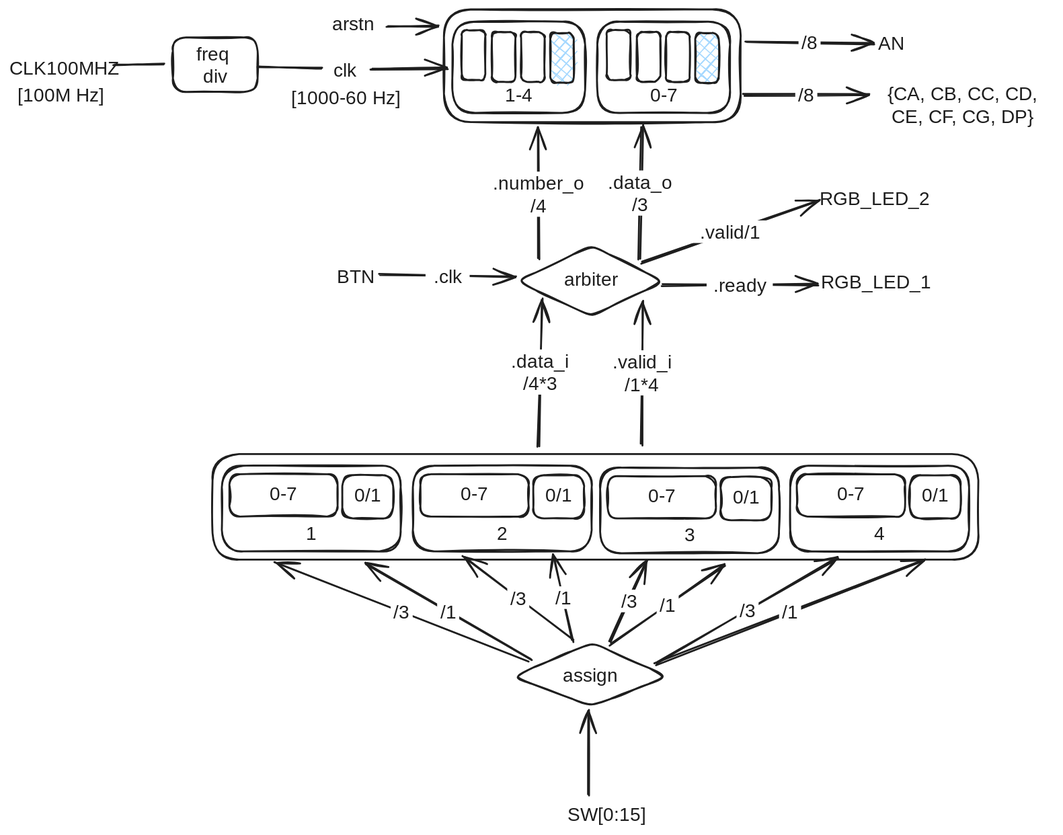
This is lab-3/res/lab-3-digital-design.excalidraw.svg from e1turin/itmo-digital-design, a Excalidraw export, as it was before one commit. Source tidied: one line per element, renumbered; positions are measured from the earlier drawing's top-left corner, leaving out a move shared by most shapes.
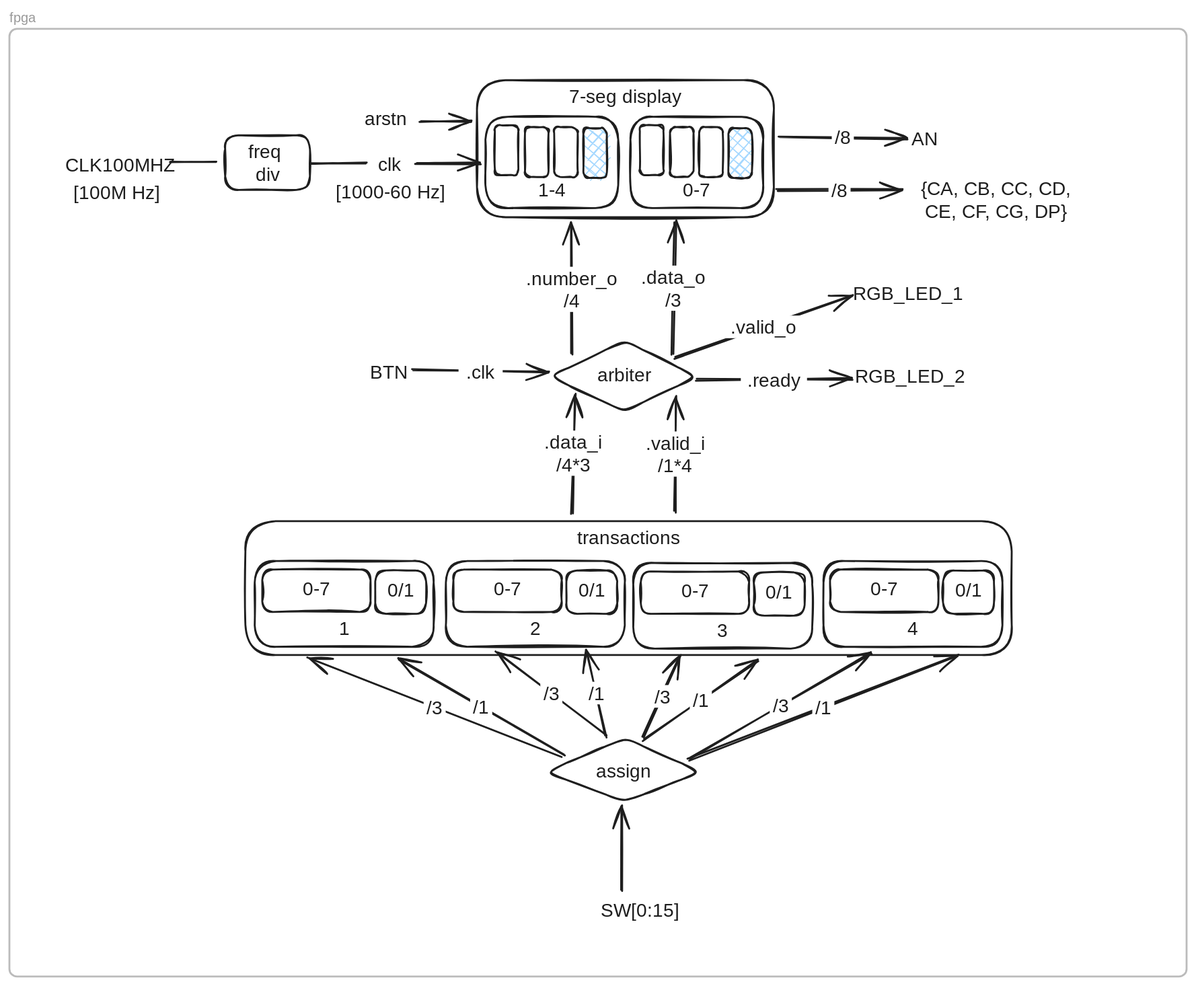
After the change.

Change to the diagram source:
```diff
@@ -1,4 +1,5 @@
-{"id": 0, "type": "rectangle", "strokeColor": "#1e1e1e", "strokeWidth": 2, "roughness": 1, "round": true, "x": 462, "y": 0, "width": 315, "height": 120}
+{"id": 0, "type": "rectangle", "strokeColor": "#1e1e1e", "strokeWidth": 2, "roughness": 1, "round": true, "x": 462, "y": -26, "width": 315, "height": 146}
+{"id": 94, "type": "text", "text": "7-seg display", "strokeColor": "#1e1e1e", "strokeWidth": 2, "roughness": 1, "fontSize": 20, "fontFamily": 3, "textAlign": "center", "inside": 0, "x": 543, "y": -21, "width": 152, "height": 24}
 {"id": 1, "type": "rectangle", "strokeColor": "#1e1e1e", "strokeWidth": 2, "roughness": 1, "round": true, "x": 226, "y": 485, "width": 190, "height": 91}
 {"id": 2, "type": "text", "text": "1", "strokeColor": "#1e1e1e", "strokeWidth": 2, "roughness": 1, "fontSize": 20, "fontFamily": 1, "textAlign": "center", "verticalAlign": "bottom", "inside": 1, "x": 318, "y": 546, "width": 5, "height": 25}
 {"id": 3, "type": "rectangle", "strokeColor": "#1e1e1e", "strokeWidth": 2, "roughness": 1, "round": true, "x": 234, "y": 494, "width": 115, "height": 45}
@@ -41,19 +42,19 @@
 {"id": 40, "type": "rectangle", "strokeColor": "#1e1e1e", "strokeWidth": 2, "roughness": 1, "round": true, "x": 698, "y": 24, "width": 25, "height": 53}
 {"id": 41, "type": "rectangle", "strokeColor": "#1e1e1e", "strokeWidth": 2, "roughness": 1, "round": true, "x": 667, "y": 24, "width": 25, "height": 53}
 {"id": 42, "type": "rectangle", "strokeColor": "#1e1e1e", "strokeWidth": 2, "roughness": 1, "round": true, "x": 635, "y": 22, "width": 25, "height": 53}
-{"id": 43, "type": "arrow", "strokeColor": "#1e1e1e", "strokeWidth": 2, "roughness": 1, "round": true, "from": 48, "to": 45, "x": 111, "y": 59, "width": 53, "height": 0, "points": [[0, 0], [53, 0]]}
+{"id": 43, "type": "arrow", "strokeColor": "#1e1e1e", "strokeWidth": 2, "roughness": 1, "round": true, "from": 48, "to": 45, "x": 136, "y": 61, "width": 49, "height": 0, "points": [[0, 0], [49, 0]]}
-{"id": 44, "type": "arrow", "strokeColor": "#1e1e1e", "strokeWidth": 2, "roughness": 1, "endArrowhead": "arrow", "round": true, "from": 50, "x": 384, "y": 64, "width": 82, "height": 1, "points": [[0, 0], [82, -1]]}
+{"id": 44, "type": "arrow", "strokeColor": "#1e1e1e", "strokeWidth": 2, "roughness": 1, "endArrowhead": "arrow", "round": true, "from": 50, "x": 396, "y": 63, "width": 69, "height": 0, "points": [[0, 0], [69, 0]]}
-{"id": 45, "type": "rectangle", "strokeColor": "#1e1e1e", "strokeWidth": 2, "roughness": 1, "round": true, "x": 174, "y": 30, "width": 90, "height": 58}
+{"id": 45, "type": "rectangle", "strokeColor": "#1e1e1e", "strokeWidth": 2, "roughness": 1, "round": true, "x": 194, "y": 33, "width": 90, "height": 58}
-{"id": 46, "type": "text", "text": "freq \ndiv", "strokeColor": "#1e1e1e", "strokeWidth": 2, "roughness": 1, "fontSize": 20, "fontFamily": 3, "textAlign": "center", "verticalAlign": "middle", "inside": 45, "x": 189, "y": 35, "width": 59, "height": 48}
+{"id": 46, "type": "text", "text": "freq \ndiv", "strokeColor": "#1e1e1e", "strokeWidth": 2, "roughness": 1, "fontSize": 20, "fontFamily": 3, "textAlign": "center", "verticalAlign": "middle", "inside": 45, "x": 210, "y": 38, "width": 59, "height": 48}
-{"id": 47, "type": "arrow", "strokeColor": "#1e1e1e", "strokeWidth": 2, "roughness": 1, "round": true, "from": 45, "to": 50, "x": 265, "y": 60, "width": 68, "height": 3, "points": [[0, 0], [68, 3]]}
+{"id": 47, "type": "arrow", "strokeColor": "#1e1e1e", "strokeWidth": 2, "roughness": 1, "round": true, "from": 45, "to": 50, "x": 285, "y": 62, "width": 59, "height": 1, "points": [[0, 0], [59, 1]]}
-{"id": 48, "type": "text", "text": "CLK100MHZ", "strokeColor": "#1e1e1e", "strokeWidth": 2, "roughness": 1, "fontSize": 20, "fontFamily": 3, "x": 0, "y": 50, "width": 105, "height": 24}
+{"id": 48, "type": "text", "text": "CLK100MHZ", "strokeColor": "#1e1e1e", "strokeWidth": 2, "roughness": 1, "fontSize": 20, "fontFamily": 3, "x": 25, "y": 52, "width": 105, "height": 24}
-{"id": 49, "type": "text", "text": "[100M Hz]", "strokeColor": "#1e1e1e", "strokeWidth": 2, "roughness": 1, "fontSize": 20, "fontFamily": 3, "textAlign": "center", "x": 2, "y": 79, "width": 105, "height": 24}
+{"id": 49, "type": "text", "text": "[100M Hz]", "strokeColor": "#1e1e1e", "strokeWidth": 2, "roughness": 1, "fontSize": 20, "fontFamily": 3, "textAlign": "center", "x": 27, "y": 81, "width": 105, "height": 24}
-{"id": 50, "type": "text", "text": "clk", "strokeColor": "#1e1e1e", "strokeWidth": 2, "roughness": 1, "fontSize": 20, "fontFamily": 3, "textAlign": "center", "x": 339, "y": 52, "width": 35, "height": 24}
+{"id": 50, "type": "text", "text": "clk", "strokeColor": "#1e1e1e", "strokeWidth": 2, "roughness": 1, "fontSize": 20, "fontFamily": 3, "textAlign": "center", "x": 351, "y": 51, "width": 35, "height": 24}
-{"id": 51, "type": "text", "text": "[1000-60 Hz]", "strokeColor": "#1e1e1e", "strokeWidth": 2, "roughness": 1, "fontSize": 20, "fontFamily": 3, "textAlign": "center", "x": 287, "y": 81, "width": 141, "height": 24}
+{"id": 51, "type": "text", "text": "[1000-60 Hz]", "strokeColor": "#1e1e1e", "strokeWidth": 2, "roughness": 1, "fontSize": 20, "fontFamily": 3, "textAlign": "center", "x": 299, "y": 80, "width": 141, "height": 24}
 {"id": 52, "type": "text", "text": "BTN", "strokeColor": "#1e1e1e", "strokeWidth": 2, "roughness": 1, "fontSize": 20, "fontFamily": 3, "textAlign": "center", "x": 350, "y": 272, "width": 35, "height": 24}
 {"id": 53, "type": "arrow", "strokeColor": "#1e1e1e", "strokeWidth": 2, "roughness": 1, "endArrowhead": "arrow", "round": true, "from": 52, "to": 13, "x": 393, "y": 283, "width": 145, "height": 2, "points": [[0, 0], [145, 2]]}
 {"id": 54, "type": "text", "text": ".clk", "strokeColor": "#1e1e1e", "backgroundColor": "#a5d8ff", "fillStyle": "cross-hatch", "strokeWidth": 2, "roughness": 1, "fontSize": 20, "fontFamily": 3, "textAlign": "center", "verticalAlign": "middle", "inside": 53, "x": 453, "y": 330, "width": 47, "height": 24}
-{"id": 55, "type": "arrow", "strokeColor": "#1e1e1e", "strokeWidth": 2, "roughness": 1, "endArrowhead": "arrow", "round": true, "from": 37, "to": 59, "x": 782, "y": 34, "width": 136, "height": 3, "points": [[0, 0], [136, 3]]}
+{"id": 55, "type": "arrow", "strokeColor": "#1e1e1e", "strokeWidth": 2, "roughness": 1, "endArrowhead": "arrow", "round": true, "from": 37, "to": 59, "x": 782, "y": 33, "width": 136, "height": 3, "points": [[0, 0], [136, 3]]}
 {"id": 56, "type": "text", "text": "/8", "strokeColor": "#1e1e1e", "strokeWidth": 2, "roughness": 1, "fontSize": 20, "fontFamily": 3, "textAlign": "center", "verticalAlign": "middle", "inside": 55, "x": 838, "y": 23, "width": 23, "height": 24}
 {"id": 57, "type": "arrow", "strokeColor": "#1e1e1e", "strokeWidth": 2, "roughness": 1, "endArrowhead": "arrow", "round": true, "from": 37, "to": 60, "x": 780, "y": 91, "width": 133, "height": 0, "points": [[0, 0], [133, 0]]}
 {"id": 58, "type": "text", "text": "/8", "strokeColor": "#1e1e1e", "strokeWidth": 2, "roughness": 1, "fontSize": 20, "fontFamily": 3, "textAlign": "center", "verticalAlign": "middle", "inside": 57, "x": 835, "y": 79, "width": 23, "height": 24}
@@ -65,7 +66,7 @@
 {"id": 64, "type": "text", "text": "assign", "strokeColor": "#1e1e1e", "strokeWidth": 2, "roughness": 1, "fontSize": 20, "fontFamily": 3, "textAlign": "center", "verticalAlign": "middle", "inside": 63, "x": 582, "y": 695, "width": 70, "height": 24}
 {"id": 65, "type": "arrow", "strokeColor": "#1e1e1e", "strokeWidth": 2, "roughness": 1, "endArrowhead": "arrow", "round": true, "from": 63, "to": 1, "x": 551, "y": 692, "width": 269, "height": 104, "points": [[0, 0], [-269, -104]]}
 {"id": 66, "type": "text", "text": "/3", "strokeColor": "#1e1e1e", "strokeWidth": 2, "roughness": 1, "fontSize": 20, "fontFamily": 3, "textAlign": "center", "verticalAlign": "middle", "inside": 65, "x": 405, "y": 628, "width": 23, "height": 24}
-{"id": 67, "type": "arrow", "strokeColor": "#1e1e1e", "strokeWidth": 2, "roughness": 1, "endArrowhead": "arrow", "round": true, "from": 63, "to": 1, "x": 554, "y": 692, "width": 176, "height": 103, "points": [[0, 0], [-176, -103]]}
+{"id": 67, "type": "arrow", "strokeColor": "#1e1e1e", "strokeWidth": 2, "roughness": 1, "endArrowhead": "arrow", "round": true, "from": 63, "to": 1, "x": 554, "y": 691, "width": 176, "height": 103, "points": [[0, 0], [-176, -103]]}
 {"id": 68, "type": "text", "text": "/1", "strokeColor": "#1e1e1e", "strokeWidth": 2, "roughness": 1, "fontSize": 20, "fontFamily": 3, "textAlign": "center", "verticalAlign": "middle", "inside": 67, "x": 454, "y": 628, "width": 23, "height": 24}
 {"id": 69, "type": "arrow", "strokeColor": "#1e1e1e", "strokeWidth": 2, "roughness": 1, "endArrowhead": "arrow", "round": true, "from": 63, "to": 19, "x": 599, "y": 670, "width": 117, "height": 88, "points": [[0, 0], [-117, -88]]}
 {"id": 70, "type": "text", "text": "/3", "strokeColor": "#1e1e1e", "strokeWidth": 2, "roughness": 1, "fontSize": 20, "fontFamily": 3, "textAlign": "center", "verticalAlign": "middle", "inside": 69, "x": 529, "y": 614, "width": 23, "height": 24}
@@ -81,14 +82,16 @@
 {"id": 80, "type": "text", "text": "/1", "strokeColor": "#1e1e1e", "strokeWidth": 2, "roughness": 1, "fontSize": 20, "fontFamily": 3, "textAlign": "center", "verticalAlign": "middle", "inside": 79, "x": 818, "y": 628, "width": 23, "height": 24}
 {"id": 81, "type": "text", "text": "SW[0:15]", "strokeColor": "#1e1e1e", "strokeWidth": 2, "roughness": 1, "fontSize": 20, "fontFamily": 3, "textAlign": "center", "x": 588, "y": 843, "width": 94, "height": 24}
 {"id": 82, "type": "arrow", "strokeColor": "#1e1e1e", "strokeWidth": 2, "roughness": 1, "endArrowhead": "arrow", "round": true, "from": 81, "to": 63, "x": 615, "y": 836, "width": 0, "height": 91, "points": [[0, 0], [0, -91]]}
-{"id": 83, "type": "text", "text": "RGB_LED_1", "strokeColor": "#1e1e1e", "strokeWidth": 2, "roughness": 1, "fontSize": 20, "fontFamily": 3, "textAlign": "center", "x": 868, "y": 277, "width": 105, "height": 24}
+{"id": 83, "type": "text", "text": "RGB_LED_2", "strokeColor": "#1e1e1e", "strokeWidth": 2, "roughness": 1, "fontSize": 20, "fontFamily": 3, "textAlign": "center", "x": 869, "y": 276, "width": 105, "height": 24}
-{"id": 84, "type": "text", "text": "RGB_LED_2", "strokeColor": "#1e1e1e", "strokeWidth": 2, "roughness": 1, "fontSize": 20, "fontFamily": 3, "textAlign": "center", "x": 867, "y": 189, "width": 105, "height": 24}
+{"id": 84, "type": "text", "text": "RGB_LED_1", "strokeColor": "#1e1e1e", "strokeWidth": 2, "roughness": 1, "fontSize": 20, "fontFamily": 3, "textAlign": "center", "x": 867, "y": 189, "width": 105, "height": 24}
-{"id": 85, "type": "arrow", "strokeColor": "#1e1e1e", "strokeWidth": 2, "roughness": 1, "endArrowhead": "arrow", "round": true, "from": 13, "to": 83, "x": 693, "y": 293, "width": 166, "height": 0, "points": [[0, 0], [166, 0]]}
+{"id": 85, "type": "arrow", "strokeColor": "#1e1e1e", "strokeWidth": 2, "roughness": 1, "endArrowhead": "arrow", "round": true, "from": 13, "to": 83, "x": 694, "y": 292, "width": 166, "height": 0, "points": [[0, 0], [166, 0]]}
 {"id": 86, "type": "text", "text": ".ready", "strokeColor": "#1e1e1e", "strokeWidth": 2, "roughness": 1, "fontSize": 20, "fontFamily": 3, "textAlign": "center", "verticalAlign": "middle", "inside": 85, "x": 705, "y": 333, "width": 70, "height": 24}
 {"id": 87, "type": "arrow", "strokeColor": "#1e1e1e", "strokeWidth": 2, "roughness": 1, "endArrowhead": "arrow", "round": true, "from": 13, "to": 84, "x": 671, "y": 269, "width": 190, "height": 65, "points": [[0, 0], [190, -65]]}
-{"id": 88, "type": "text", "text": ".valid/1", "strokeColor": "#1e1e1e", "strokeWidth": 2, "roughness": 1, "fontSize": 20, "fontFamily": 3, "textAlign": "center", "verticalAlign": "middle", "inside": 87, "x": 719, "y": 224, "width": 94, "height": 24}
+{"id": 88, "type": "text", "text": ".valid_o", "strokeColor": "#1e1e1e", "strokeWidth": 2, "roughness": 1, "fontSize": 20, "fontFamily": 3, "textAlign": "center", "verticalAlign": "middle", "inside": 87, "x": 719, "y": 224, "width": 94, "height": 24}
-{"id": 89, "type": "rectangle", "strokeColor": "#1e1e1e", "strokeWidth": 2, "roughness": 1, "round": true, "x": 216, "y": 473, "width": 814, "height": 112}
+{"id": 89, "type": "rectangle", "strokeColor": "#1e1e1e", "strokeWidth": 2, "roughness": 1, "round": true, "x": 216, "y": 443, "width": 814, "height": 142}
+{"id": 95, "type": "text", "text": "transactions", "strokeColor": "#1e1e1e", "strokeWidth": 2, "roughness": 1, "fontSize": 20, "fontFamily": 3, "textAlign": "center", "inside": 89, "x": 552, "y": 448, "width": 141, "height": 24}
-{"id": 90, "type": "arrow", "strokeColor": "#1e1e1e", "strokeWidth": 2, "roughness": 1, "endArrowhead": "arrow", "round": true, "from": 89, "to": 13, "x": 561, "y": 464, "width": 5, "height": 157, "points": [[0, 0], [5, -157]]}
+{"id": 90, "type": "arrow", "strokeColor": "#1e1e1e", "strokeWidth": 2, "roughness": 1, "endArrowhead": "arrow", "round": true, "from": 89, "to": 13, "x": 562, "y": 434, "width": 4, "height": 127, "points": [[0, 0], [4, -127]]}
 {"id": 91, "type": "text", "text": ".data_i\n/4*3", "strokeColor": "#1e1e1e", "strokeWidth": 2, "roughness": 1, "fontSize": 20, "fontFamily": 3, "textAlign": "center", "verticalAlign": "middle", "inside": 90, "x": 542, "y": 363, "width": 82, "height": 48}
-{"id": 92, "type": "arrow", "strokeColor": "#1e1e1e", "strokeWidth": 2, "roughness": 1, "endArrowhead": "arrow", "round": true, "from": 89, "to": 13, "x": 672, "y": 462, "width": 1, "height": 152, "points": [[0, 0], [1, -152]]}
+{"id": 92, "type": "arrow", "strokeColor": "#1e1e1e", "strokeWidth": 2, "roughness": 1, "endArrowhead": "arrow", "round": true, "from": 89, "to": 13, "x": 672, "y": 432, "width": 1, "height": 122, "points": [[0, 0], [1, -122]]}
 {"id": 93, "type": "text", "text": ".valid_i\n/1*4", "strokeColor": "#1e1e1e", "strokeWidth": 2, "roughness": 1, "fontSize": 20, "fontFamily": 3, "textAlign": "center", "verticalAlign": "middle", "inside": 92, "x": 602, "y": 365, "width": 94, "height": 48}
+{"id": 96, "type": "frame", "strokeColor": "#bbb", "strokeWidth": 2, "roughness": 0, "x": -35, "y": -80, "width": 1250, "height": 1006}
```
